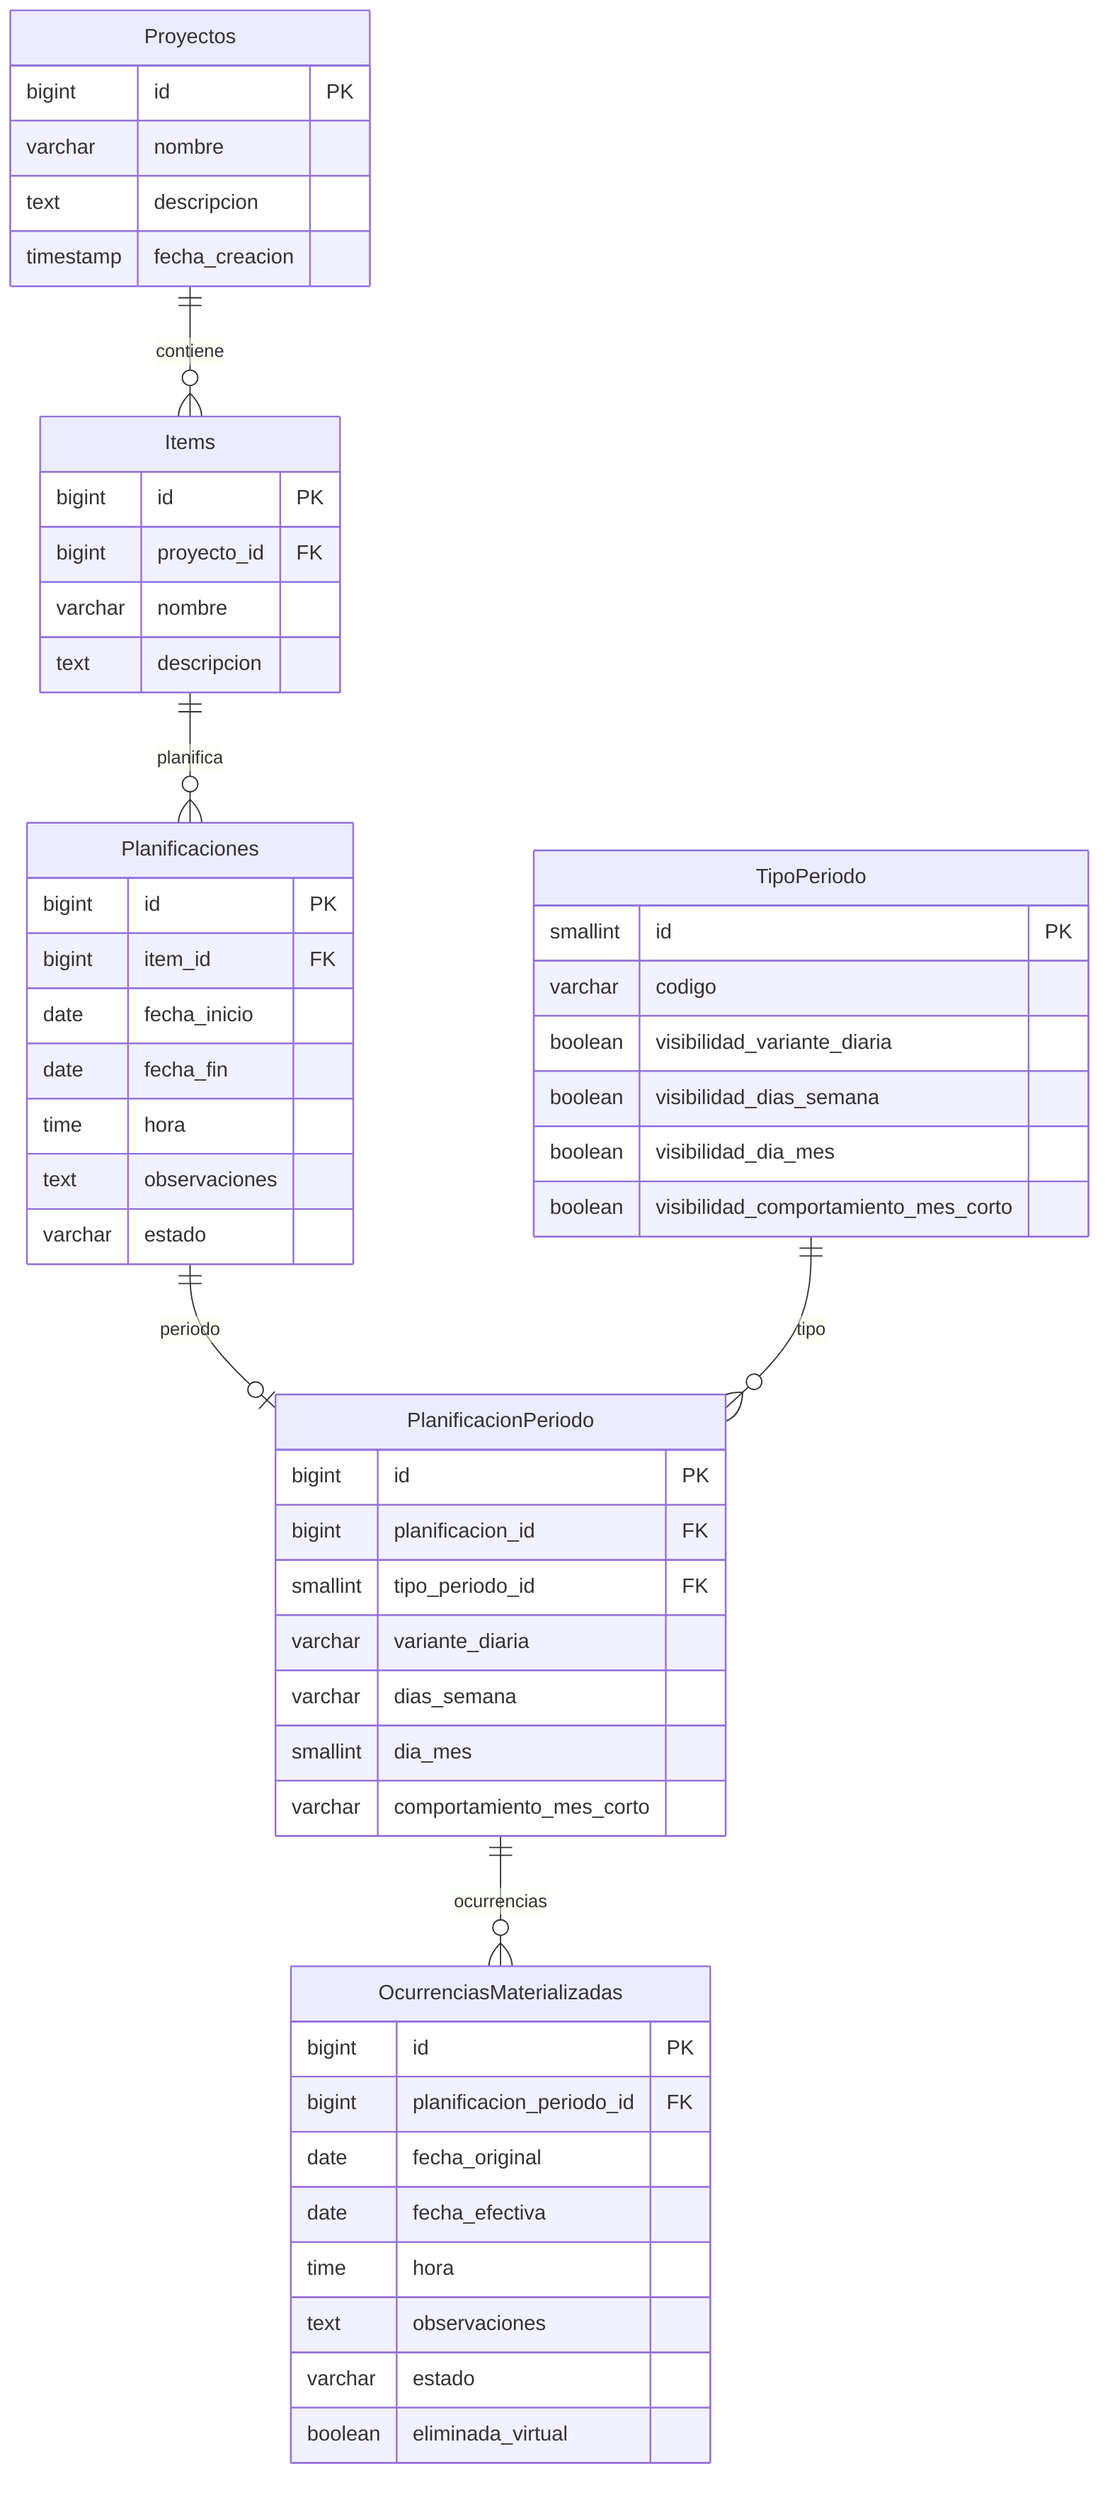
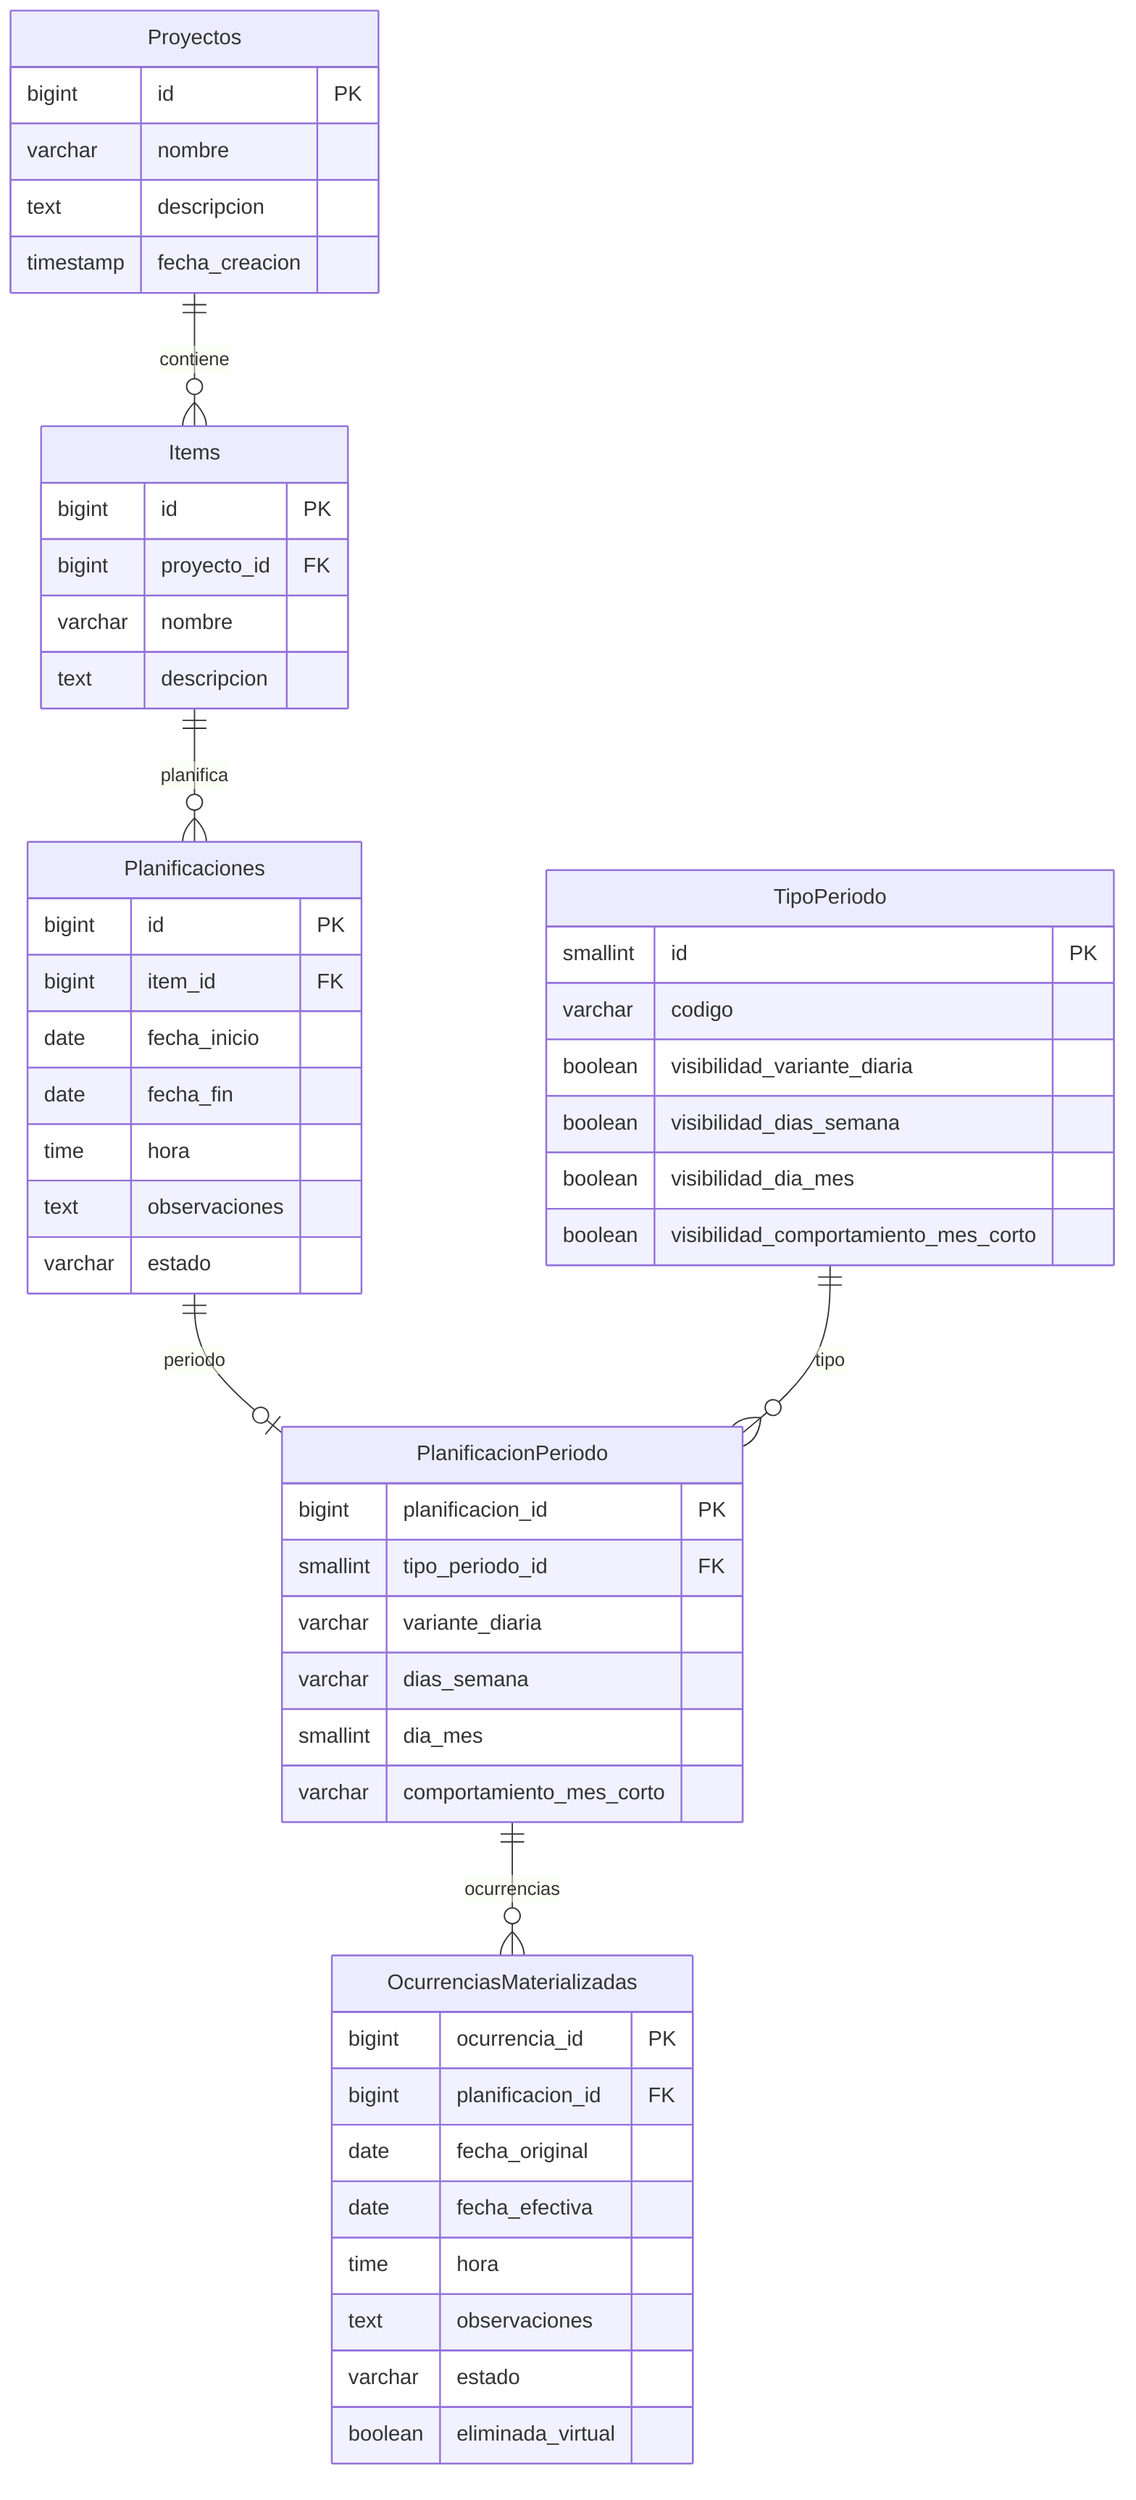
erDiagram
    Proyectos ||--o{ Items : contiene
    Items ||--o{ Planificaciones : planifica

    Planificaciones ||--o| PlanificacionPeriodo : periodo

    TipoPeriodo ||--o{ PlanificacionPeriodo : tipo

    PlanificacionPeriodo ||--o{ OcurrenciasMaterializadas : ocurrencias

    Proyectos {
        bigint id PK
        varchar nombre
        text descripcion
        timestamp fecha_creacion
    }

    Items {
        bigint id PK
        bigint proyecto_id FK
        varchar nombre
        text descripcion
    }

    Planificaciones {
        bigint id PK
        bigint item_id FK
        date fecha_inicio
        date fecha_fin
        time hora
        text observaciones
        varchar estado
    }

    TipoPeriodo {
        smallint id PK
        varchar codigo
        boolean visibilidad_variante_diaria
        boolean visibilidad_dias_semana
        boolean visibilidad_dia_mes
        boolean visibilidad_comportamiento_mes_corto
    }

    PlanificacionPeriodo {
-         bigint id PK
-         bigint planificacion_id FK
+         bigint planificacion_id PK
        smallint tipo_periodo_id FK
        varchar variante_diaria
        varchar dias_semana
        smallint dia_mes
        varchar comportamiento_mes_corto
    }

    OcurrenciasMaterializadas {
-         bigint id PK
-         bigint planificacion_periodo_id FK
+         bigint ocurrencia_id PK
+         bigint planificacion_id FK
        date fecha_original
        date fecha_efectiva
        time hora
        text observaciones
        varchar estado
        boolean eliminada_virtual
    }
